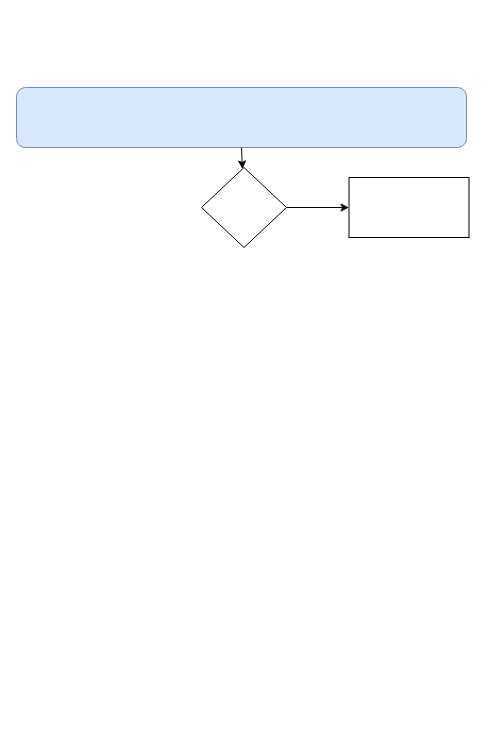
sanjeevsharma2908/100-days-of-code-python keeps this draw.io diagram as Basics/Untitled Diagram.drawio. Above is the earlier version. Source tidied: cells renumbered, new cells numbered last; positions are measured from the earlier drawing's top-left corner, leaving out a move shared by most shapes. Both pictures are drawn from the tidied source at 100%, with x=0, y=0 at pixel (16, 87).
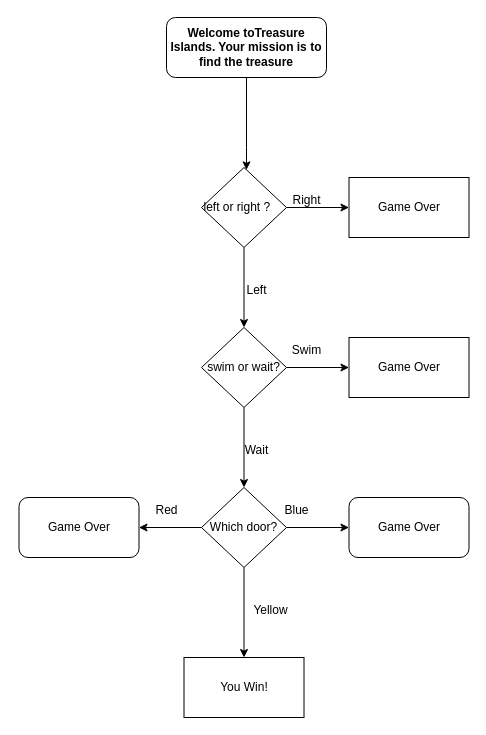
Above is the later version.

Change to the diagram source:
```diff
@@
-    <mxCell id="2" style="rounded=1;whiteSpace=wrap;html=1;fillColor=#dae8fc;strokeColor=#6c8ebf;" parent="1" vertex="1">
-      <mxGeometry width="450" height="60" as="geometry" />
-    </mxCell>
-    <mxCell id="3" style="endArrow=classic;html=1;rounded=0;exitX=0.5;exitY=1;exitDx=0;exitDy=0;" parent="1" edge="1" source="2" target="5">
-      <mxGeometry relative="1" as="geometry" />
-    </mxCell>
@@
+    <mxCell id="7" style="edgeStyle=orthogonalEdgeStyle;rounded=0;jettySize=auto;html=1;" parent="1" edge="1" source="5" target="11">
+      <mxGeometry relative="1" as="geometry" />
+    </mxCell>
+    <mxCell id="8" style="edgeStyle=orthogonalEdgeStyle;rounded=0;orthogonalLoop=1;jettySize=auto;html=1;entryX=0.576;entryY=0.12;entryDx=0;entryDy=0;entryPerimeter=0;" parent="1" edge="1" source="5" target="5">
+      <mxGeometry relative="1" as="geometry">
+        <Array as="points">
+          <mxPoint x="220" y="90" />
+        </Array>
+      </mxGeometry>
+    </mxCell>
-    <mxCell id="5" style="rhombus;whiteSpace=wrap;html=1;" parent="1" vertex="1">
+    <mxCell id="5" value="left or right ?&lt;span style=&quot;white-space: pre;&quot;&gt;&#9;&lt;/span&gt;" style="rhombus;whiteSpace=wrap;html=1;" parent="1" vertex="1">
       <mxGeometry x="185" y="80" width="85" height="80" as="geometry" />
     </mxCell>
-    <mxCell id="6" style="whiteSpace=wrap;html=1;" parent="1" vertex="1">
+    <mxCell id="6" value="Game Over" style="whiteSpace=wrap;html=1;" parent="1" vertex="1">
       <mxGeometry x="332.5" y="90" width="120" height="60" as="geometry" />
     </mxCell>
+    <mxCell id="9" style="edgeStyle=orthogonalEdgeStyle;rounded=0;jettySize=auto;html=1;" parent="1" edge="1" source="11" target="12">
+      <mxGeometry relative="1" as="geometry" />
+    </mxCell>
+    <mxCell id="10" style="edgeStyle=orthogonalEdgeStyle;rounded=0;jettySize=auto;html=1;" parent="1" edge="1" source="11" target="16">
+      <mxGeometry relative="1" as="geometry" />
+    </mxCell>
+    <mxCell id="11" value="swim or wait?" style="rhombus;whiteSpace=wrap;html=1;" parent="1" vertex="1">
+      <mxGeometry x="185" y="240" width="85" height="80" as="geometry" />
+    </mxCell>
+    <mxCell id="12" value="Game Over" style="whiteSpace=wrap;html=1;" parent="1" vertex="1">
+      <mxGeometry x="332.5" y="250" width="120" height="60" as="geometry" />
+    </mxCell>
+    <mxCell id="13" style="edgeStyle=orthogonalEdgeStyle;rounded=0;jettySize=auto;html=1;" parent="1" edge="1" source="16" target="17">
+      <mxGeometry relative="1" as="geometry" />
+    </mxCell>
+    <mxCell id="14" style="edgeStyle=orthogonalEdgeStyle;rounded=0;jettySize=auto;html=1;" parent="1" edge="1" source="16" target="18">
+      <mxGeometry relative="1" as="geometry" />
+    </mxCell>
+    <mxCell id="15" style="edgeStyle=orthogonalEdgeStyle;rounded=0;jettySize=auto;html=1;" parent="1" edge="1" source="16" target="19">
+      <mxGeometry relative="1" as="geometry" />
+    </mxCell>
+    <mxCell id="16" value="Which door?" style="rhombus;whiteSpace=wrap;html=1;" parent="1" vertex="1">
+      <mxGeometry x="185" y="400" width="85" height="80" as="geometry" />
+    </mxCell>
+    <mxCell id="17" value="You Win!" style="whiteSpace=wrap;html=1;" parent="1" vertex="1">
+      <mxGeometry x="167.5" y="570" width="120" height="60" as="geometry" />
+    </mxCell>
+    <mxCell id="18" value="Game Over" style="rounded=1;whiteSpace=wrap;html=1;" parent="1" vertex="1">
+      <mxGeometry x="332.5" y="410" width="120" height="60" as="geometry" />
+    </mxCell>
+    <mxCell id="19" value="Game Over" style="rounded=1;whiteSpace=wrap;html=1;" parent="1" vertex="1">
+      <mxGeometry x="2.5" y="410" width="120" height="60" as="geometry" />
+    </mxCell>
+    <mxCell id="20" style="edgeStyle=orthogonalEdgeStyle;rounded=0;jettySize=auto;html=1;" parent="1" edge="1" source="21" target="5">
+      <mxGeometry relative="1" as="geometry">
+        <Array as="points">
+          <mxPoint x="230" y="60" />
+          <mxPoint x="230" y="60" />
+        </Array>
+      </mxGeometry>
+    </mxCell>
+    <mxCell id="21" value="&lt;b&gt;Welcome toTreasure Islands. Your mission is to find the treasure&lt;/b&gt;" style="rounded=1;whiteSpace=wrap;html=1;" parent="1" vertex="1">
+      <mxGeometry x="150" y="-70" width="160" height="60" as="geometry" />
+    </mxCell>
+    <mxCell id="22" value="Right" style="text;html=1;align=center;verticalAlign=middle;strokeColor=none;fillColor=none;" parent="1" vertex="1">
+      <mxGeometry x="265" y="98" width="50" height="30" as="geometry" />
+    </mxCell>
+    <mxCell id="23" value="Left" style="text;html=1;align=center;verticalAlign=middle;strokeColor=none;fillColor=none;" parent="1" vertex="1">
+      <mxGeometry x="220" y="188" width="40" height="30" as="geometry" />
+    </mxCell>
+    <mxCell id="24" value="Swim" style="text;html=1;align=center;verticalAlign=middle;strokeColor=none;fillColor=none;" parent="1" vertex="1">
+      <mxGeometry x="265" y="248" width="50" height="30" as="geometry" />
+    </mxCell>
+    <mxCell id="25" value="Wait" style="text;html=1;align=center;verticalAlign=middle;strokeColor=none;fillColor=none;" parent="1" vertex="1">
+      <mxGeometry x="215" y="348" width="50" height="30" as="geometry" />
+    </mxCell>
+    <mxCell id="26" value="Blue" style="text;html=1;align=center;verticalAlign=middle;strokeColor=none;fillColor=none;" parent="1" vertex="1">
+      <mxGeometry x="255" y="408" width="50" height="30" as="geometry" />
+    </mxCell>
+    <mxCell id="27" value="Red" style="text;html=1;align=center;verticalAlign=middle;strokeColor=none;fillColor=none;" parent="1" vertex="1">
+      <mxGeometry x="125" y="408" width="50" height="30" as="geometry" />
+    </mxCell>
+    <mxCell id="28" value="Yellow" style="text;html=1;align=center;verticalAlign=middle;strokeColor=none;fillColor=none;" parent="1" vertex="1">
+      <mxGeometry x="224" y="508" width="60" height="30" as="geometry" />
+    </mxCell>
```
